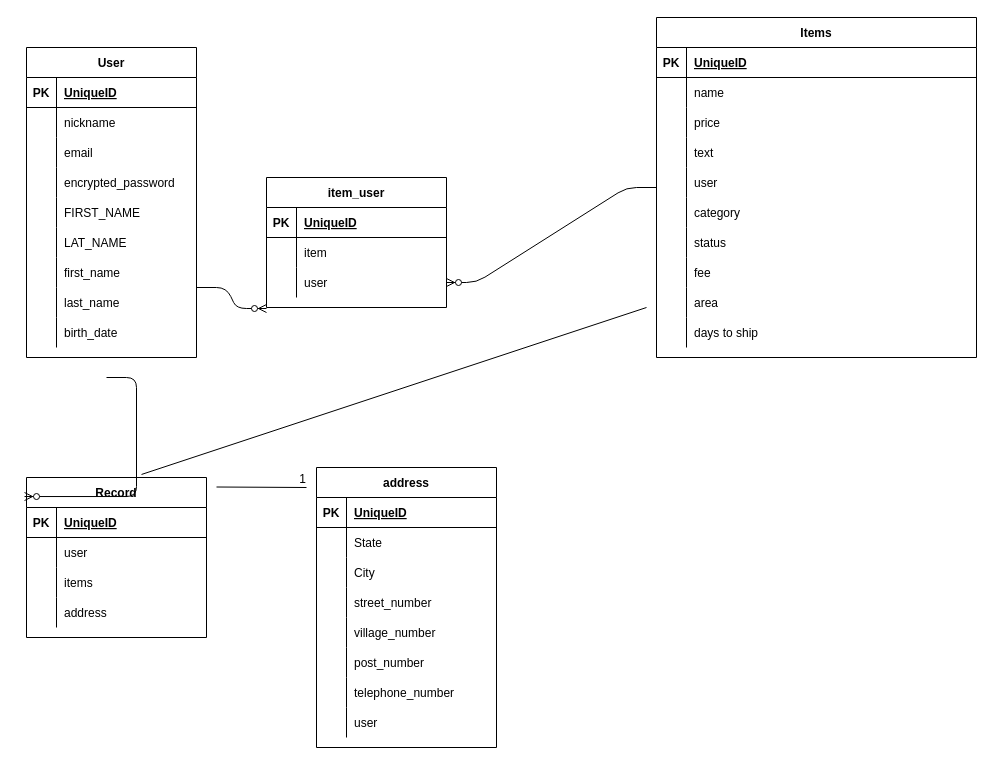
This is test.dio from ShotaroW/furima--28617-, a draw.io file, before an edit. Source tidied: cells renumbered, new cells numbered last; positions are measured from the earlier drawing's top-left corner, leaving out a move shared by most shapes. Both pictures are drawn from the tidied source at 100%, with x=0, y=0 at pixel (26, 17).
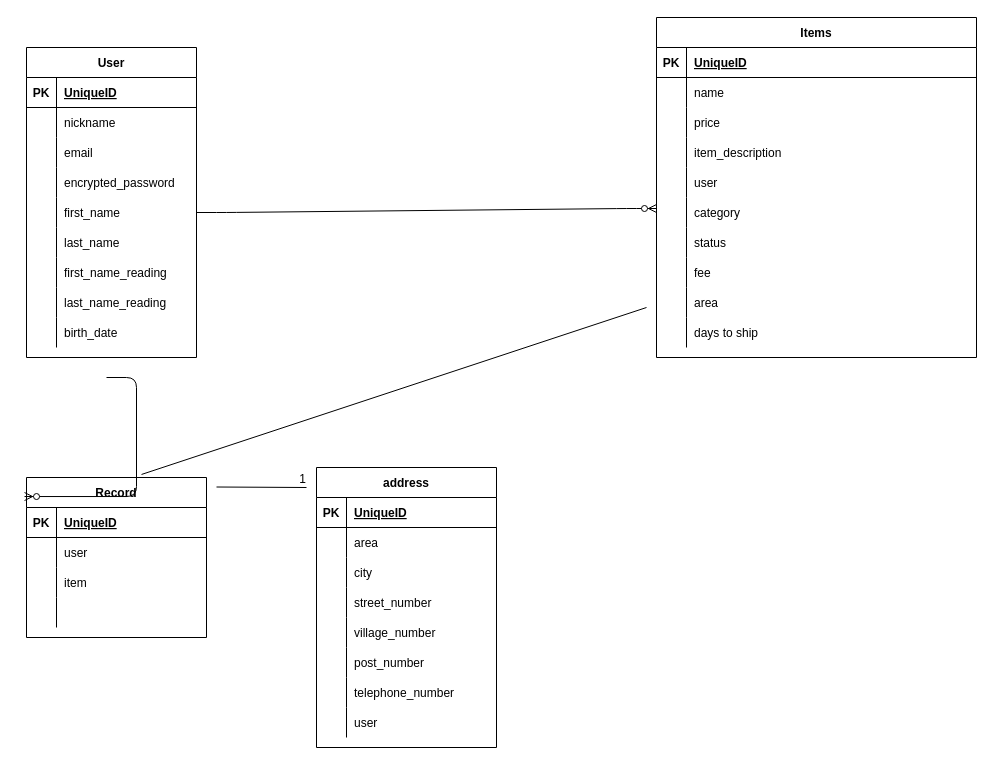
Above is the later version.

Unchanged cells that the change refers to:
```xml
<mxCell id="13" style="shape=partialRectangle;fillColor=none;top=0;left=0;bottom=0;right=0;" parent="6" vertex="1">
  <mxGeometry y="90" width="180" height="30" as="geometry" />
</mxCell>
<mxCell id="16" style="shape=partialRectangle;fillColor=none;top=0;left=0;bottom=0;right=0;" parent="6" vertex="1">
  <mxGeometry y="120" width="180" height="30" as="geometry" />
</mxCell>
<mxCell id="33" style="shape=partialRectangle;fillColor=none;top=0;left=0;bottom=0;right=0;points=[[0,0.5],[1,0.5]];portConstraint=eastwest;" parent="20" vertex="1">
  <mxGeometry y="150" width="170" height="30" as="geometry" />
</mxCell>
<mxCell id="36" style="shape=partialRectangle;fillColor=none;top=0;left=0;bottom=0;right=0;" parent="20" vertex="1">
  <mxGeometry y="180" width="170" height="30" as="geometry" />
</mxCell>
<mxCell id="39" style="shape=partialRectangle;fillColor=none;top=0;left=0;bottom=0;right=0;" parent="20" vertex="1">
  <mxGeometry y="210" width="170" height="30" as="geometry" />
</mxCell>
<mxCell id="42" style="shape=partialRectangle;fillColor=none;top=0;left=0;bottom=0;right=0;" parent="20" vertex="1">
  <mxGeometry y="240" width="170" height="30" as="geometry" />
</mxCell>
<mxCell id="52" style="shape=partialRectangle;fillColor=none;top=0;left=0;bottom=0;right=0;" parent="48" vertex="1">
  <mxGeometry y="60" width="180" height="30" as="geometry" />
</mxCell>
<mxCell id="55" style="shape=partialRectangle;fillColor=none;top=0;left=0;bottom=0;right=0;" parent="48" vertex="1">
  <mxGeometry y="90" width="180" height="30" as="geometry" />
</mxCell>
<mxCell id="84" value="Items" style="shape=table;startSize=30;childLayout=tableLayout;rowLines=0;fontStyle=1;align=center;" parent="1" vertex="1">
  <mxGeometry x="630" width="320" height="340" as="geometry" />
</mxCell>
<mxCell id="94" style="shape=partialRectangle;fillColor=none;top=0;left=0;bottom=0;right=0;" parent="84" vertex="1">
  <mxGeometry y="120" width="320" height="30" as="geometry" />
</mxCell>
```

What changed in the source:
```diff
@@
-    <mxCell id="2" style="edgeStyle=entityRelationEdgeStyle;fontSize=12;html=1;endArrow=ERzeroToMany;endFill=1;" parent="1" edge="1">
+    <mxCell id="2" style="edgeStyle=entityRelationEdgeStyle;fontSize=12;html=1;endArrow=ERzeroToMany;endFill=1;exitX=1;exitY=0.5;exitDx=0;exitDy=0;" parent="1" edge="1" source="33">
       <mxGeometry relative="1" as="geometry">
-        <mxPoint x="170" y="270" as="sourcePoint" />
-        <mxPoint x="240" y="291" as="targetPoint" />
+        <mxPoint x="630" y="191" as="targetPoint" />
       </mxGeometry>
     </mxCell>
@@
-    <mxCell id="15" value="items" style="shape=partialRectangle;fillColor=none;top=0;left=0;bottom=0;right=0;align=left;spacingLeft=6;overflow=hidden;" parent="13" vertex="1">
+    <mxCell id="15" value="item" style="shape=partialRectangle;fillColor=none;top=0;left=0;bottom=0;right=0;align=left;spacingLeft=6;overflow=hidden;" parent="13" vertex="1">
       <mxGeometry x="30" width="150" height="30" as="geometry" />
     </mxCell>
@@
-    <mxCell id="18" value="address" style="shape=partialRectangle;fillColor=none;top=0;left=0;bottom=0;right=0;align=left;spacingLeft=6;overflow=hidden;" parent="16" vertex="1">
+    <mxCell id="18" style="shape=partialRectangle;fillColor=none;top=0;left=0;bottom=0;right=0;align=left;spacingLeft=6;overflow=hidden;" parent="16" vertex="1">
       <mxGeometry x="30" width="150" height="30" as="geometry" />
     </mxCell>
@@
-    <mxCell id="35" value="FIRST_NAME" style="shape=partialRectangle;fillColor=none;top=0;left=0;bottom=0;right=0;align=left;spacingLeft=6;overflow=hidden;" parent="33" vertex="1">
+    <mxCell id="35" value="first_name" style="shape=partialRectangle;fillColor=none;top=0;left=0;bottom=0;right=0;align=left;spacingLeft=6;overflow=hidden;" parent="33" vertex="1">
       <mxGeometry x="30" width="140" height="30" as="geometry" />
     </mxCell>
@@
-    <mxCell id="38" value="LAT_NAME" style="shape=partialRectangle;fillColor=none;top=0;left=0;bottom=0;right=0;align=left;spacingLeft=6;overflow=hidden;" parent="36" vertex="1">
+    <mxCell id="38" value="last_name" style="shape=partialRectangle;fillColor=none;top=0;left=0;bottom=0;right=0;align=left;spacingLeft=6;overflow=hidden;" parent="36" vertex="1">
       <mxGeometry x="30" width="140" height="30" as="geometry" />
     </mxCell>
@@
-    <mxCell id="41" value="first_name" style="shape=partialRectangle;fillColor=none;top=0;left=0;bottom=0;right=0;align=left;spacingLeft=6;overflow=hidden;" parent="39" vertex="1">
+    <mxCell id="41" value="first_name_reading" style="shape=partialRectangle;fillColor=none;top=0;left=0;bottom=0;right=0;align=left;spacingLeft=6;overflow=hidden;" parent="39" vertex="1">
       <mxGeometry x="30" width="140" height="30" as="geometry" />
     </mxCell>
@@
-    <mxCell id="44" value="last_name" style="shape=partialRectangle;fillColor=none;top=0;left=0;bottom=0;right=0;align=left;spacingLeft=6;overflow=hidden;" parent="42" vertex="1">
+    <mxCell id="44" value="last_name_reading" style="shape=partialRectangle;fillColor=none;top=0;left=0;bottom=0;right=0;align=left;spacingLeft=6;overflow=hidden;" parent="42" vertex="1">
       <mxGeometry x="30" width="140" height="30" as="geometry" />
     </mxCell>
@@
-    <mxCell id="54" value="State" style="shape=partialRectangle;fillColor=none;top=0;left=0;bottom=0;right=0;align=left;spacingLeft=6;overflow=hidden;" parent="52" vertex="1">
+    <mxCell id="54" value="area" style="shape=partialRectangle;fillColor=none;top=0;left=0;bottom=0;right=0;align=left;spacingLeft=6;overflow=hidden;" parent="52" vertex="1">
       <mxGeometry x="30" width="150" height="30" as="geometry" />
     </mxCell>
@@
-    <mxCell id="57" value="City" style="shape=partialRectangle;fillColor=none;top=0;left=0;bottom=0;right=0;align=left;spacingLeft=6;overflow=hidden;" parent="55" vertex="1">
+    <mxCell id="57" value="city" style="shape=partialRectangle;fillColor=none;top=0;left=0;bottom=0;right=0;align=left;spacingLeft=6;overflow=hidden;" parent="55" vertex="1">
       <mxGeometry x="30" width="150" height="30" as="geometry" />
     </mxCell>
@@
-    <mxCell id="73" style="edgeStyle=entityRelationEdgeStyle;fontSize=12;html=1;endArrow=ERzeroToMany;endFill=1;" parent="1" edge="1" source="84" target="81">
-      <mxGeometry relative="1" as="geometry" />
-    </mxCell>
-    <mxCell id="74" value="item_user" style="shape=table;startSize=30;childLayout=tableLayout;rowLines=0;fontStyle=1;align=center;" parent="1" vertex="1">
-      <mxGeometry x="240" y="160" width="180" height="130" as="geometry" />
-    </mxCell>
-    <mxCell id="75" style="shape=partialRectangle;fillColor=none;top=0;left=0;bottom=1;right=0;" parent="74" vertex="1">
-      <mxGeometry y="30" width="180" height="30" as="geometry" />
-    </mxCell>
-    <mxCell id="76" value="PK" style="shape=partialRectangle;fillColor=none;top=0;left=0;bottom=0;right=0;fontStyle=1;overflow=hidden;" parent="75" vertex="1">
-      <mxGeometry width="30" height="30" as="geometry" />
-    </mxCell>
-    <mxCell id="77" value="UniqueID" style="shape=partialRectangle;fillColor=none;top=0;left=0;bottom=0;right=0;align=left;spacingLeft=6;fontStyle=5;overflow=hidden;" parent="75" vertex="1">
-      <mxGeometry x="30" width="150" height="30" as="geometry" />
-    </mxCell>
-    <mxCell id="78" style="shape=partialRectangle;fillColor=none;top=0;left=0;bottom=0;right=0;" parent="74" vertex="1">
-      <mxGeometry y="60" width="180" height="30" as="geometry" />
-    </mxCell>
-    <mxCell id="79" style="shape=partialRectangle;fillColor=none;top=0;left=0;bottom=0;right=0;overflow=hidden;" parent="78" vertex="1">
-      <mxGeometry width="30" height="30" as="geometry" />
-    </mxCell>
-    <mxCell id="80" value="item" style="shape=partialRectangle;fillColor=none;top=0;left=0;bottom=0;right=0;align=left;spacingLeft=6;overflow=hidden;" parent="78" vertex="1">
-      <mxGeometry x="30" width="150" height="30" as="geometry" />
-    </mxCell>
-    <mxCell id="81" style="shape=partialRectangle;fillColor=none;top=0;left=0;bottom=0;right=0;points=[[0,0.5],[1,0.5]];portConstraint=eastwest;" parent="74" vertex="1">
-      <mxGeometry y="90" width="180" height="30" as="geometry" />
-    </mxCell>
-    <mxCell id="82" style="shape=partialRectangle;fillColor=none;top=0;left=0;bottom=0;right=0;overflow=hidden;" parent="81" vertex="1">
-      <mxGeometry width="30" height="30" as="geometry" />
-    </mxCell>
-    <mxCell id="83" value="user" style="shape=partialRectangle;fillColor=none;top=0;left=0;bottom=0;right=0;align=left;spacingLeft=6;overflow=hidden;" parent="81" vertex="1">
-      <mxGeometry x="30" width="150" height="30" as="geometry" />
-    </mxCell>
@@
-    <mxCell id="96" value="text" style="shape=partialRectangle;fillColor=none;top=0;left=0;bottom=0;right=0;align=left;spacingLeft=6;overflow=hidden;" parent="94" vertex="1">
+    <mxCell id="96" value="item_description" style="shape=partialRectangle;fillColor=none;top=0;left=0;bottom=0;right=0;align=left;spacingLeft=6;overflow=hidden;" parent="94" vertex="1">
       <mxGeometry x="30" width="290" height="30" as="geometry" />
     </mxCell>
```
